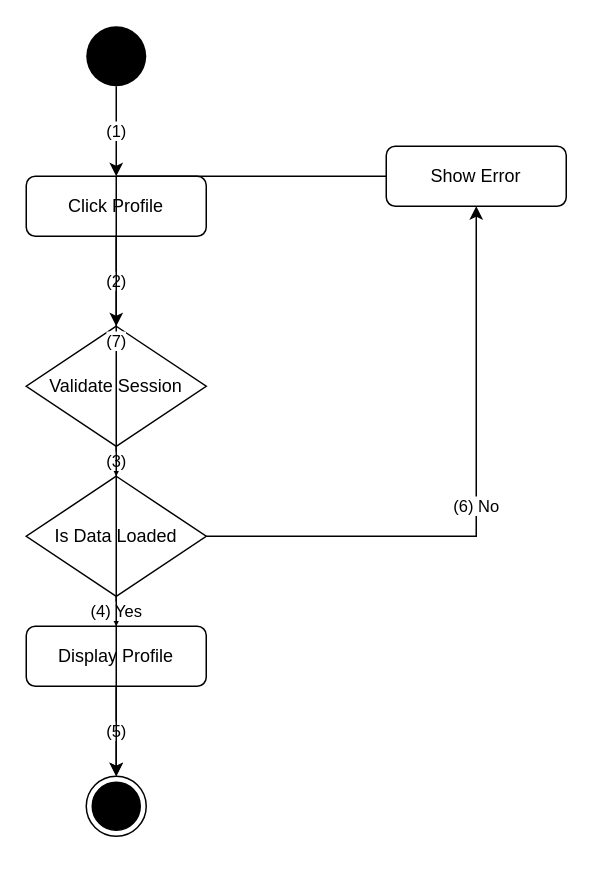
Earlier version of the draw.io diagram activity_flow/uc35_activity_flow.drawio (kingDlight/UEIMS_Project). Source tidied: cells renumbered, new cells numbered last; positions are measured from the earlier drawing's top-left corner, leaving out a move shared by most shapes. Both pictures are drawn from the tidied source at 150%, with x=0, y=0 at pixel (26, 26).
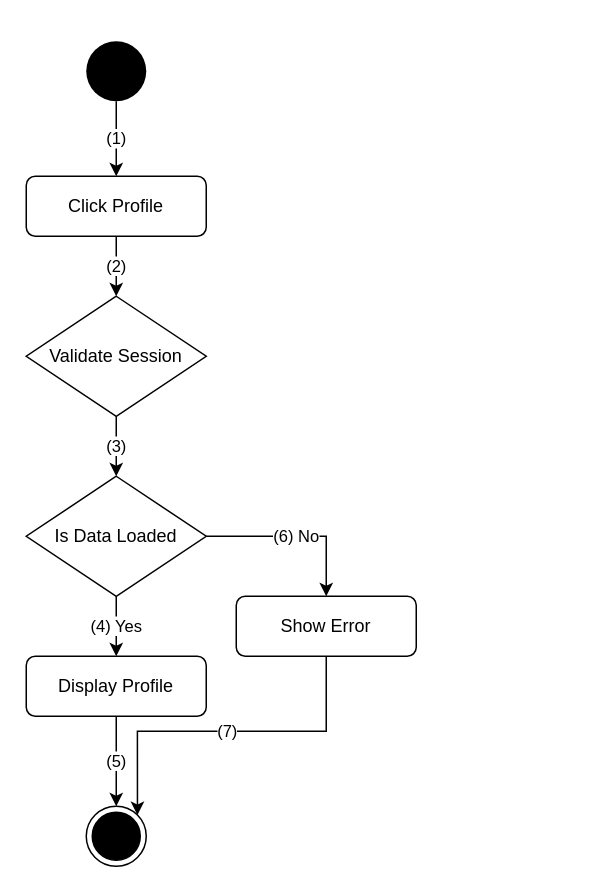
Above is the later version.

What changed in the source:
```diff
@@
 <mxGraphModel>
   <root>
     <mxCell id="0" />
     <mxCell id="1" parent="0" />
     <mxCell id="2" style="ellipse;whiteSpace=wrap;html=1;fillColor=#000000;strokeColor=none;" parent="1" vertex="1">
-      <mxGeometry x="40" width="40" height="40" as="geometry" />
+      <mxGeometry x="40" y="10" width="40" height="40" as="geometry" />
     </mxCell>
     <mxCell id="3" value="Click Profile" style="rounded=1;whiteSpace=wrap;html=1;" parent="1" vertex="1">
       <mxGeometry y="100" width="120" height="40" as="geometry" />
     </mxCell>
     <mxCell id="4" value="Validate Session" style="rhombus;whiteSpace=wrap;html=1;" parent="1" vertex="1">
-      <mxGeometry y="200" width="120" height="80" as="geometry" />
+      <mxGeometry y="180" width="120" height="80" as="geometry" />
     </mxCell>
     <mxCell id="5" value="Is Data Loaded" style="rhombus;whiteSpace=wrap;html=1;" parent="1" vertex="1">
       <mxGeometry y="300" width="120" height="80" as="geometry" />
     </mxCell>
     <mxCell id="6" value="Display Profile" style="rounded=1;whiteSpace=wrap;html=1;" parent="1" vertex="1">
-      <mxGeometry y="400" width="120" height="40" as="geometry" />
+      <mxGeometry y="420" width="120" height="40" as="geometry" />
     </mxCell>
     <mxCell id="7" style="ellipse;html=1;shape=endState;fillColor=#000000;strokeColor=#000000;" parent="1" vertex="1">
-      <mxGeometry x="40" y="500" width="40" height="40" as="geometry" />
+      <mxGeometry x="40" y="520" width="40" height="40" as="geometry" />
     </mxCell>
     <mxCell id="8" value="Show Error" style="rounded=1;whiteSpace=wrap;html=1;" parent="1" vertex="1">
-      <mxGeometry x="240" y="80" width="120" height="40" as="geometry" />
+      <mxGeometry x="140" y="380" width="120" height="40" as="geometry" />
     </mxCell>
     <mxCell id="9" value="(1)" style="edgeStyle=orthogonalEdgeStyle;rounded=0;html=1;exitX=0.5;exitY=1;entryX=0.5;entryY=0;" parent="1" edge="1" source="2" target="3">
       <mxGeometry relative="1" as="geometry" />
     </mxCell>
     <mxCell id="10" value="(2)" style="edgeStyle=orthogonalEdgeStyle;rounded=0;html=1;exitX=0.5;exitY=1;entryX=0.5;entryY=0;" parent="1" edge="1" source="3" target="4">
       <mxGeometry relative="1" as="geometry" />
     </mxCell>
     <mxCell id="11" value="(3)" style="edgeStyle=orthogonalEdgeStyle;rounded=0;html=1;exitX=0.5;exitY=1;entryX=0.5;entryY=0;" parent="1" edge="1" source="4" target="5">
       <mxGeometry relative="1" as="geometry" />
     </mxCell>
     <mxCell id="12" value="(4) Yes" style="edgeStyle=orthogonalEdgeStyle;rounded=0;html=1;exitX=0.5;exitY=1;entryX=0.5;entryY=0;" parent="1" edge="1" source="5" target="6">
       <mxGeometry relative="1" as="geometry" />
     </mxCell>
     <mxCell id="13" value="(5)" style="edgeStyle=orthogonalEdgeStyle;rounded=0;html=1;exitX=0.5;exitY=1;entryX=0.5;entryY=0;" parent="1" edge="1" source="6" target="7">
       <mxGeometry relative="1" as="geometry" />
     </mxCell>
-    <mxCell id="14" value="(6) No" style="edgeStyle=orthogonalEdgeStyle;rounded=0;html=1;exitX=1;exitY=0.5;entryX=0.5;entryY=1;" parent="1" edge="1" source="5" target="8">
+    <mxCell id="14" value="(6) No" style="edgeStyle=orthogonalEdgeStyle;rounded=0;html=1;exitX=1;exitY=0.5;entryX=0.5;entryY=0;entryDx=0;entryDy=0;" parent="1" edge="1" source="5" target="8">
       <mxGeometry relative="1" as="geometry" />
     </mxCell>
-    <mxCell id="15" value="(7)" style="edgeStyle=orthogonalEdgeStyle;rounded=0;html=1;exitX=0;exitY=0.5;entryX=0.5;entryY=0;" parent="1" edge="1" source="8" target="7">
+    <mxCell id="15" value="(7)" style="edgeStyle=orthogonalEdgeStyle;rounded=0;html=1;exitX=0.5;exitY=1;entryX=1;entryY=0;exitDx=0;exitDy=0;entryDx=0;entryDy=0;" parent="1" edge="1" source="8" target="7">
       <mxGeometry relative="1" as="geometry" />
     </mxCell>
   </root>
 </mxGraphModel>
```
